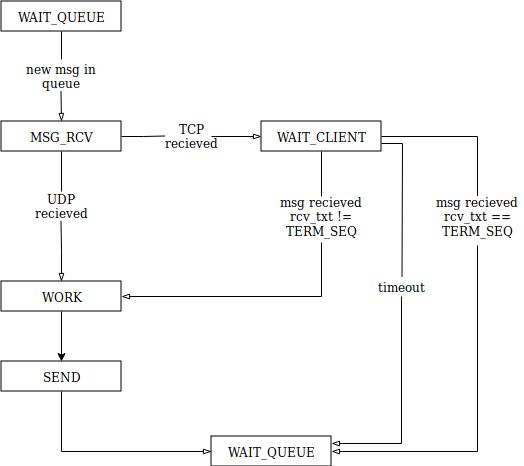
This is png/Statemachine.png from LieutenantRed/state-machine, a draw.io export, as it was before one commit. Source tidied: cells renumbered, new cells last; positions are measured from the earlier drawing's top-left corner, leaving out a move shared by most shapes. Source of this version:
```xml
<mxGraphModel>
  <root>
    <mxCell id="0" />
    <mxCell id="1" parent="0" />
    <mxCell id="2" style="edgeStyle=orthogonalEdgeStyle;rounded=0;jettySize=auto;html=1;exitX=0.5;exitY=1;exitDx=0;exitDy=0;strokeColor=#000000;endArrow=none;endFill=0;" parent="1" edge="1" source="3">
      <mxGeometry relative="1" as="geometry">
        <mxPoint x="59.5" y="59" as="targetPoint" />
      </mxGeometry>
    </mxCell>
    <mxCell id="3" value="WAIT_QUEUE" style="rounded=0;whiteSpace=wrap;html=1;" parent="1" vertex="1">
      <mxGeometry x="-0.5" y="0.5" width="120" height="30" as="geometry" />
    </mxCell>
    <mxCell id="4" style="edgeStyle=orthogonalEdgeStyle;rounded=0;jettySize=auto;html=1;exitX=0.5;exitY=1;exitDx=0;exitDy=0;endArrow=none;endFill=0;strokeColor=#000000;" parent="1" edge="1" source="6">
      <mxGeometry relative="1" as="geometry">
        <mxPoint x="59.5" y="190.5" as="targetPoint" />
      </mxGeometry>
    </mxCell>
    <mxCell id="5" style="edgeStyle=orthogonalEdgeStyle;rounded=0;jettySize=auto;html=1;exitX=1;exitY=0.5;exitDx=0;exitDy=0;endArrow=none;endFill=0;strokeColor=#000000;" parent="1" edge="1" source="6">
      <mxGeometry relative="1" as="geometry">
        <mxPoint x="163.7" y="135.5" as="targetPoint" />
      </mxGeometry>
    </mxCell>
    <mxCell id="6" value="MSG_RCV" style="rounded=0;whiteSpace=wrap;html=1;" parent="1" vertex="1">
      <mxGeometry x="-0.5" y="120.5" width="120" height="30" as="geometry" />
    </mxCell>
    <mxCell id="7" style="edgeStyle=orthogonalEdgeStyle;rounded=0;jettySize=auto;html=1;exitX=0.5;exitY=1;exitDx=0;exitDy=0;entryX=0.5;entryY=0;entryDx=0;entryDy=0;" parent="1" edge="1" source="8" target="12">
      <mxGeometry relative="1" as="geometry" />
    </mxCell>
    <mxCell id="8" value="WORK" style="rounded=0;whiteSpace=wrap;html=1;" parent="1" vertex="1">
      <mxGeometry x="-0.5" y="280.5" width="120" height="30" as="geometry" />
    </mxCell>
    <mxCell id="9" style="edgeStyle=orthogonalEdgeStyle;rounded=0;jettySize=auto;html=1;exitX=1;exitY=0.5;exitDx=0;exitDy=0;entryX=0;entryY=0.5;entryDx=0;entryDy=0;endArrow=blockThin;endFill=0;strokeColor=#000000;" parent="1" edge="1" source="10" target="16">
      <mxGeometry relative="1" as="geometry" />
    </mxCell>
    <mxCell id="10" value="TCP recieved" style="text;html=1;strokeColor=none;fillColor=none;align=center;verticalAlign=middle;whiteSpace=wrap;rounded=0;" parent="1" vertex="1">
      <mxGeometry x="169.5" y="125.5" width="40" height="20" as="geometry" />
    </mxCell>
    <mxCell id="11" style="edgeStyle=orthogonalEdgeStyle;rounded=0;jettySize=auto;html=1;exitX=0.5;exitY=1;exitDx=0;exitDy=0;entryX=0;entryY=0.5;entryDx=0;entryDy=0;endArrow=blockThin;endFill=0;strokeColor=#000000;" parent="1" edge="1" source="12" target="25">
      <mxGeometry relative="1" as="geometry" />
    </mxCell>
    <mxCell id="12" value="SEND" style="rounded=0;whiteSpace=wrap;html=1;" parent="1" vertex="1">
      <mxGeometry x="-0.5" y="360.5" width="120" height="30" as="geometry" />
    </mxCell>
    <mxCell id="13" style="edgeStyle=orthogonalEdgeStyle;rounded=0;jettySize=auto;html=1;exitX=0.5;exitY=1;exitDx=0;exitDy=0;entryX=0.5;entryY=0;entryDx=0;entryDy=0;endArrow=none;endFill=0;strokeColor=#000000;" parent="1" edge="1" source="16" target="24">
      <mxGeometry relative="1" as="geometry" />
    </mxCell>
    <mxCell id="14" style="edgeStyle=orthogonalEdgeStyle;rounded=0;jettySize=auto;html=1;exitX=1;exitY=0.5;exitDx=0;exitDy=0;endArrow=none;endFill=0;strokeColor=#000000;" parent="1" edge="1" source="16" target="22">
      <mxGeometry relative="1" as="geometry" />
    </mxCell>
    <mxCell id="15" style="edgeStyle=orthogonalEdgeStyle;rounded=0;jettySize=auto;html=1;exitX=1;exitY=0.75;exitDx=0;exitDy=0;endArrow=none;endFill=0;strokeColor=#000000;" parent="1" edge="1" source="16">
      <mxGeometry relative="1" as="geometry">
        <mxPoint x="400.5" y="276.5" as="targetPoint" />
      </mxGeometry>
    </mxCell>
    <mxCell id="16" value="WAIT_CLIENT" style="rounded=0;whiteSpace=wrap;html=1;" parent="1" vertex="1">
      <mxGeometry x="259.5" y="120.5" width="120" height="30" as="geometry" />
    </mxCell>
    <mxCell id="17" style="edgeStyle=orthogonalEdgeStyle;rounded=0;jettySize=auto;html=1;entryX=0.5;entryY=0;entryDx=0;entryDy=0;endArrow=blockThin;endFill=0;strokeColor=#000000;" parent="1" edge="1" target="6">
      <mxGeometry relative="1" as="geometry">
        <mxPoint x="59.5" y="90.5" as="sourcePoint" />
      </mxGeometry>
    </mxCell>
    <mxCell id="18" value="new msg in queue" style="text;html=1;strokeColor=none;fillColor=none;align=center;verticalAlign=middle;whiteSpace=wrap;rounded=0;" parent="1" vertex="1">
      <mxGeometry x="19.5" y="65.5" width="80" height="20" as="geometry" />
    </mxCell>
    <mxCell id="19" style="edgeStyle=orthogonalEdgeStyle;rounded=0;jettySize=auto;html=1;entryX=0.5;entryY=0;entryDx=0;entryDy=0;endArrow=blockThin;endFill=0;strokeColor=#000000;" parent="1" edge="1" target="8">
      <mxGeometry relative="1" as="geometry">
        <mxPoint x="59.5" y="220.5" as="sourcePoint" />
      </mxGeometry>
    </mxCell>
    <mxCell id="20" value="UDP recieved" style="text;html=1;strokeColor=none;fillColor=none;align=center;verticalAlign=middle;whiteSpace=wrap;rounded=0;" parent="1" vertex="1">
      <mxGeometry x="39.5" y="195.5" width="40" height="20" as="geometry" />
    </mxCell>
    <mxCell id="21" style="edgeStyle=orthogonalEdgeStyle;rounded=0;jettySize=auto;html=1;entryX=1;entryY=0.5;entryDx=0;entryDy=0;endArrow=blockThin;endFill=0;strokeColor=#000000;" parent="1" edge="1" target="25">
      <mxGeometry relative="1" as="geometry">
        <mxPoint x="475.5" y="244.5" as="sourcePoint" />
        <Array as="points">
          <mxPoint x="475.5" y="450.5" />
        </Array>
      </mxGeometry>
    </mxCell>
    <mxCell id="22" value="&lt;div&gt;msg recieved&lt;br&gt;&lt;/div&gt;&lt;div&gt;rcv_txt == TERM_SEQ&lt;/div&gt;" style="text;html=1;strokeColor=none;fillColor=none;align=center;verticalAlign=middle;whiteSpace=wrap;rounded=0;" parent="1" vertex="1">
      <mxGeometry x="430" y="195.5" width="92" height="40" as="geometry" />
    </mxCell>
    <mxCell id="23" style="edgeStyle=orthogonalEdgeStyle;rounded=0;jettySize=auto;html=1;entryX=1;entryY=0.5;entryDx=0;entryDy=0;endArrow=blockThin;endFill=0;strokeColor=#000000;" parent="1" edge="1" target="8">
      <mxGeometry relative="1" as="geometry">
        <mxPoint x="319.5" y="241.5" as="sourcePoint" />
        <Array as="points">
          <mxPoint x="319.5" y="295.5" />
        </Array>
      </mxGeometry>
    </mxCell>
    <mxCell id="24" value="&lt;div&gt;msg recieved&lt;br&gt;&lt;/div&gt;&lt;div&gt;rcv_txt != TERM_SEQ&lt;/div&gt;" style="text;html=1;strokeColor=none;fillColor=none;align=center;verticalAlign=middle;whiteSpace=wrap;rounded=0;" parent="1" vertex="1">
      <mxGeometry x="273.5" y="195.5" width="92" height="40" as="geometry" />
    </mxCell>
    <mxCell id="25" value="WAIT_QUEUE" style="rounded=0;whiteSpace=wrap;html=1;" parent="1" vertex="1">
      <mxGeometry x="209.5" y="435.5" width="120" height="30" as="geometry" />
    </mxCell>
    <mxCell id="26" style="edgeStyle=orthogonalEdgeStyle;rounded=0;jettySize=auto;html=1;exitX=0.5;exitY=1;exitDx=0;exitDy=0;entryX=1;entryY=0.25;entryDx=0;entryDy=0;endArrow=blockThin;endFill=0;strokeColor=#000000;" parent="1" edge="1" source="27" target="25">
      <mxGeometry relative="1" as="geometry" />
    </mxCell>
    <mxCell id="27" value="timeout" style="text;html=1;strokeColor=none;fillColor=none;align=center;verticalAlign=middle;whiteSpace=wrap;rounded=0;" parent="1" vertex="1">
      <mxGeometry x="379.5" y="275.5" width="40" height="20" as="geometry" />
    </mxCell>
  </root>
</mxGraphModel>
```
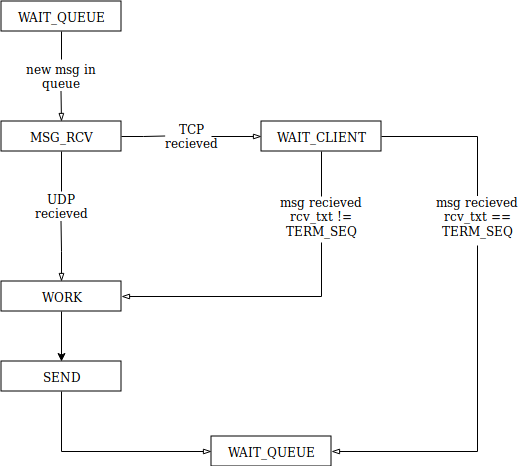
After the commit.

The edit, as a diff of the source:
```diff
@@ -47,11 +47,6 @@
     <mxCell id="14" style="edgeStyle=orthogonalEdgeStyle;rounded=0;jettySize=auto;html=1;exitX=1;exitY=0.5;exitDx=0;exitDy=0;endArrow=none;endFill=0;strokeColor=#000000;" parent="1" edge="1" source="16" target="22">
       <mxGeometry relative="1" as="geometry" />
     </mxCell>
-    <mxCell id="15" style="edgeStyle=orthogonalEdgeStyle;rounded=0;jettySize=auto;html=1;exitX=1;exitY=0.75;exitDx=0;exitDy=0;endArrow=none;endFill=0;strokeColor=#000000;" parent="1" edge="1" source="16">
-      <mxGeometry relative="1" as="geometry">
-        <mxPoint x="400.5" y="276.5" as="targetPoint" />
-      </mxGeometry>
-    </mxCell>
     <mxCell id="16" value="WAIT_CLIENT" style="rounded=0;whiteSpace=wrap;html=1;" parent="1" vertex="1">
       <mxGeometry x="259.5" y="120.5" width="120" height="30" as="geometry" />
     </mxCell>
@@ -96,11 +91,5 @@
     <mxCell id="25" value="WAIT_QUEUE" style="rounded=0;whiteSpace=wrap;html=1;" parent="1" vertex="1">
       <mxGeometry x="209.5" y="435.5" width="120" height="30" as="geometry" />
     </mxCell>
-    <mxCell id="26" style="edgeStyle=orthogonalEdgeStyle;rounded=0;jettySize=auto;html=1;exitX=0.5;exitY=1;exitDx=0;exitDy=0;entryX=1;entryY=0.25;entryDx=0;entryDy=0;endArrow=blockThin;endFill=0;strokeColor=#000000;" parent="1" edge="1" source="27" target="25">
-      <mxGeometry relative="1" as="geometry" />
-    </mxCell>
-    <mxCell id="27" value="timeout" style="text;html=1;strokeColor=none;fillColor=none;align=center;verticalAlign=middle;whiteSpace=wrap;rounded=0;" parent="1" vertex="1">
-      <mxGeometry x="379.5" y="275.5" width="40" height="20" as="geometry" />
-    </mxCell>
   </root>
 </mxGraphModel>
```
